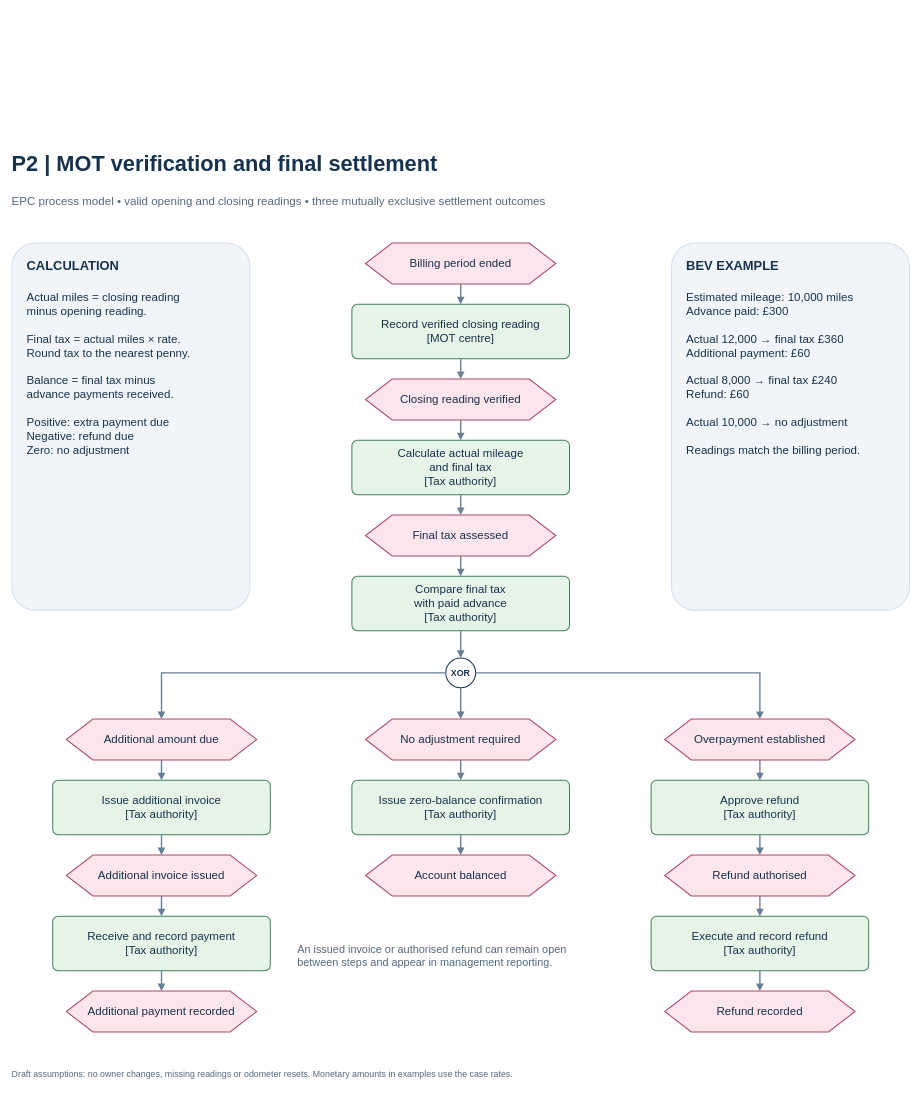
Before: diagrams/business_processes/02_mot_verification_and_settlement.drawio in Mclement197/ikt-hsg-2026, a draw.io diagram. Source tidied: cells renumbered, new cells numbered last; positions are measured from the earlier drawing's top-left corner, leaving out a move shared by most shapes. Both pictures are drawn from the tidied source at 68%, with x=0, y=0 at pixel (12, 148).
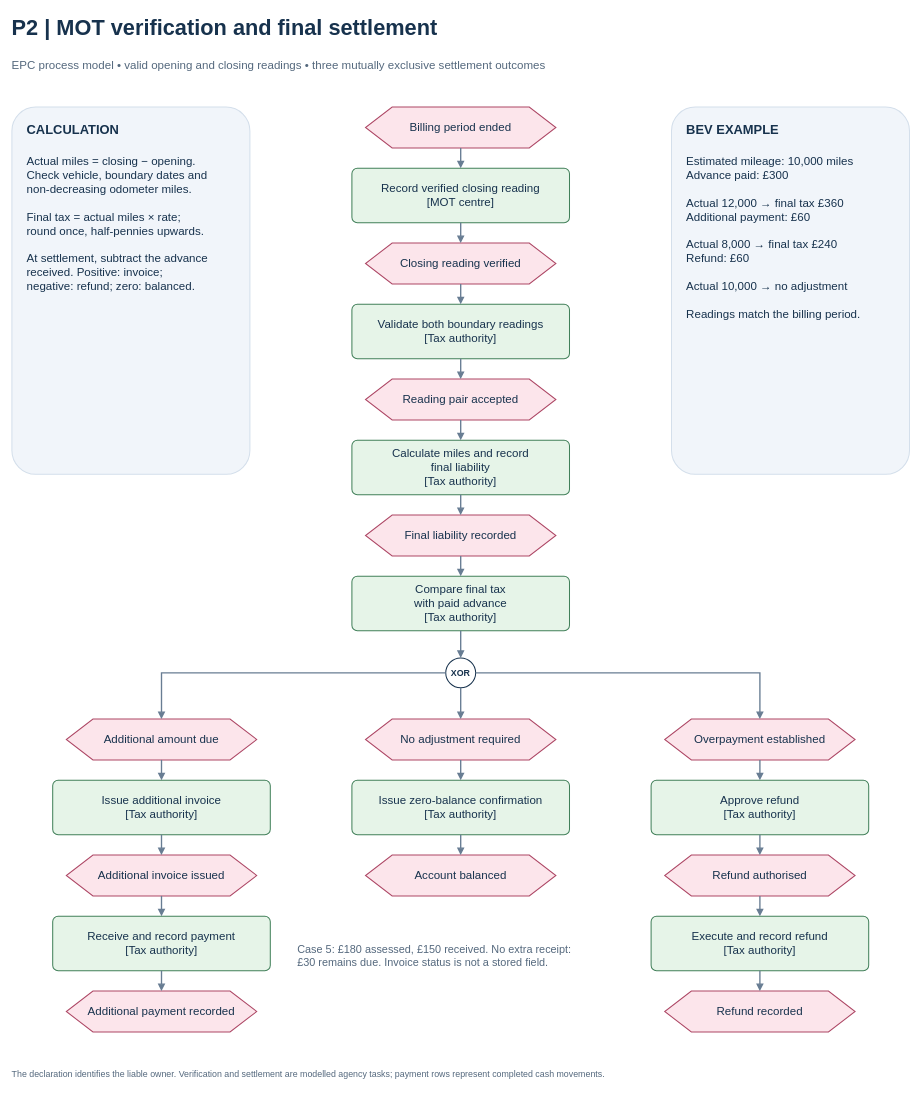
Above is the later version.

Change to the diagram source:
```diff
@@
     <mxCell id="2" value="P2 | MOT verification and final settlement" style="whiteSpace=wrap;html=0;fontFamily=Arial;fontSize=32;fontColor=#17324D;fillColor=none;strokeColor=none;strokeWidth=1.5;align=left;verticalAlign=middle;spacing=12;fontStyle=1;text;spacing=0;" parent="1" vertex="1">
-      <mxGeometry width="1320" height="60" as="geometry" />
+      <mxGeometry y="-200" width="1320" height="60" as="geometry" />
     </mxCell>
     <mxCell id="3" value="EPC process model • valid opening and closing readings • three mutually exclusive settlement outcomes" style="whiteSpace=wrap;html=0;fontFamily=Arial;fontSize=17;fontColor=#54687D;fillColor=none;strokeColor=none;strokeWidth=1.5;align=left;verticalAlign=middle;spacing=12;text;spacing=0;" parent="1" vertex="1">
-      <mxGeometry y="65" width="1320" height="45" as="geometry" />
+      <mxGeometry y="-135" width="1320" height="45" as="geometry" />
     </mxCell>
     <mxCell id="4" style="whiteSpace=wrap;html=0;fontFamily=Arial;fontSize=18;fontColor=#17324D;fillColor=#F1F5FA;strokeColor=#D4DFEB;strokeWidth=1.5;align=center;verticalAlign=middle;spacing=12;rounded=1;arcSize=10;" parent="1" vertex="1">
-      <mxGeometry y="140" width="350" height="540" as="geometry" />
+      <mxGeometry y="-60" width="350" height="540" as="geometry" />
     </mxCell>
     <mxCell id="5" value="CALCULATION" style="whiteSpace=wrap;html=0;fontFamily=Arial;fontSize=19;fontColor=#17324D;fillColor=none;strokeColor=none;strokeWidth=1.5;align=left;verticalAlign=middle;spacing=12;fontStyle=1;text;spacing=0;" parent="1" vertex="1">
-      <mxGeometry x="22" y="158" width="306" height="36" as="geometry" />
+      <mxGeometry x="22" y="-42" width="306" height="36" as="geometry" />
     </mxCell>
-    <mxCell id="6" value="Actual miles = closing reading&#10;minus opening reading.&#10;&#10;Final tax = actual miles × rate.&#10;Round tax to the nearest penny.&#10;&#10;Balance = final tax minus&#10;advance payments received.&#10;&#10;Positive: extra payment due&#10;Negative: refund due&#10;Zero: no adjustment" style="whiteSpace=wrap;html=0;fontFamily=Arial;fontSize=17;fontColor=#17324D;fillColor=none;strokeColor=none;strokeWidth=1.5;align=left;verticalAlign=middle;spacing=12;text;spacing=0;" parent="1" vertex="1">
-      <mxGeometry x="22" y="206" width="306" height="460" as="geometry" />
+    <mxCell id="6" value="Actual miles = closing − opening.&#10;Check vehicle, boundary dates and&#10;non-decreasing odometer miles.&#10;&#10;Final tax = actual miles × rate;&#10;round once, half-pennies upwards.&#10;&#10;At settlement, subtract the advance&#10;received. Positive: invoice;&#10;negative: refund; zero: balanced." style="whiteSpace=wrap;html=0;fontFamily=Arial;fontSize=17;fontColor=#17324D;fillColor=none;strokeColor=none;strokeWidth=1.5;align=left;verticalAlign=middle;spacing=12;text;spacing=0;" parent="1" vertex="1">
+      <mxGeometry x="22" y="6" width="306" height="460" as="geometry" />
     </mxCell>
     <mxCell id="7" style="whiteSpace=wrap;html=0;fontFamily=Arial;fontSize=18;fontColor=#17324D;fillColor=#F1F5FA;strokeColor=#D4DFEB;strokeWidth=1.5;align=center;verticalAlign=middle;spacing=12;rounded=1;arcSize=10;" parent="1" vertex="1">
-      <mxGeometry x="970" y="140" width="350" height="540" as="geometry" />
+      <mxGeometry x="970" y="-60" width="350" height="540" as="geometry" />
     </mxCell>
     <mxCell id="8" value="BEV EXAMPLE" style="whiteSpace=wrap;html=0;fontFamily=Arial;fontSize=19;fontColor=#17324D;fillColor=none;strokeColor=none;strokeWidth=1.5;align=left;verticalAlign=middle;spacing=12;fontStyle=1;text;spacing=0;" parent="1" vertex="1">
-      <mxGeometry x="992" y="158" width="306" height="36" as="geometry" />
+      <mxGeometry x="992" y="-42" width="306" height="36" as="geometry" />
     </mxCell>
     <mxCell id="9" value="Estimated mileage: 10,000 miles&#10;Advance paid: £300&#10;&#10;Actual 12,000 → final tax £360&#10;Additional payment: £60&#10;&#10;Actual 8,000 → final tax £240&#10;Refund: £60&#10;&#10;Actual 10,000 → no adjustment&#10;&#10;Readings match the billing period." style="whiteSpace=wrap;html=0;fontFamily=Arial;fontSize=17;fontColor=#17324D;fillColor=none;strokeColor=none;strokeWidth=1.5;align=left;verticalAlign=middle;spacing=12;text;spacing=0;" parent="1" vertex="1">
-      <mxGeometry x="992" y="206" width="306" height="460" as="geometry" />
+      <mxGeometry x="992" y="6" width="306" height="460" as="geometry" />
     </mxCell>
     <mxCell id="10" value="Billing period ended" style="whiteSpace=wrap;html=0;fontFamily=Arial;fontSize=17;fontColor=#17324D;fillColor=#FCE5EB;strokeColor=#AD4765;strokeWidth=1.5;align=center;verticalAlign=middle;spacing=12;shape=hexagon;perimeter=hexagonPerimeter;size=0.14;" parent="1" vertex="1">
-      <mxGeometry x="520" y="140" width="280" height="60" as="geometry" />
+      <mxGeometry x="520" y="-60" width="280" height="60" as="geometry" />
     </mxCell>
     <mxCell id="11" value="Record verified closing reading&#10;[MOT centre]" style="whiteSpace=wrap;html=0;fontFamily=Arial;fontSize=17;fontColor=#17324D;fillColor=#E6F4E8;strokeColor=#42805A;strokeWidth=1.5;align=center;verticalAlign=middle;spacing=12;rounded=1;arcSize=10;" parent="1" vertex="1">
-      <mxGeometry x="500" y="230" width="320" height="80" as="geometry" />
+      <mxGeometry x="500" y="30" width="320" height="80" as="geometry" />
     </mxCell>
     <mxCell id="12" value="Closing reading verified" style="whiteSpace=wrap;html=0;fontFamily=Arial;fontSize=17;fontColor=#17324D;fillColor=#FCE5EB;strokeColor=#AD4765;strokeWidth=1.5;align=center;verticalAlign=middle;spacing=12;shape=hexagon;perimeter=hexagonPerimeter;size=0.14;" parent="1" vertex="1">
-      <mxGeometry x="520" y="340" width="280" height="60" as="geometry" />
+      <mxGeometry x="520" y="140" width="280" height="60" as="geometry" />
     </mxCell>
+    <mxCell id="51" value="Validate both boundary readings&#10;[Tax authority]" style="whiteSpace=wrap;html=0;fontFamily=Arial;fontSize=17;fontColor=#17324D;fillColor=#E6F4E8;strokeColor=#42805A;strokeWidth=1.5;align=center;verticalAlign=middle;spacing=12;rounded=1;arcSize=10;" parent="1" vertex="1">
+      <mxGeometry x="500" y="230" width="320" height="80" as="geometry" />
+    </mxCell>
+    <mxCell id="52" value="Reading pair accepted" style="whiteSpace=wrap;html=0;fontFamily=Arial;fontSize=17;fontColor=#17324D;fillColor=#FCE5EB;strokeColor=#AD4765;strokeWidth=1.5;align=center;verticalAlign=middle;spacing=12;shape=hexagon;perimeter=hexagonPerimeter;size=0.14;" parent="1" vertex="1">
+      <mxGeometry x="520" y="340" width="280" height="60" as="geometry" />
+    </mxCell>
-    <mxCell id="13" value="Calculate actual mileage&#10;and final tax&#10;[Tax authority]" style="whiteSpace=wrap;html=0;fontFamily=Arial;fontSize=17;fontColor=#17324D;fillColor=#E6F4E8;strokeColor=#42805A;strokeWidth=1.5;align=center;verticalAlign=middle;spacing=12;rounded=1;arcSize=10;" parent="1" vertex="1">
+    <mxCell id="13" value="Calculate miles and record&#10;final liability&#10;[Tax authority]" style="whiteSpace=wrap;html=0;fontFamily=Arial;fontSize=17;fontColor=#17324D;fillColor=#E6F4E8;strokeColor=#42805A;strokeWidth=1.5;align=center;verticalAlign=middle;spacing=12;rounded=1;arcSize=10;" parent="1" vertex="1">
       <mxGeometry x="500" y="430" width="320" height="80" as="geometry" />
     </mxCell>
-    <mxCell id="14" value="Final tax assessed" style="whiteSpace=wrap;html=0;fontFamily=Arial;fontSize=17;fontColor=#17324D;fillColor=#FCE5EB;strokeColor=#AD4765;strokeWidth=1.5;align=center;verticalAlign=middle;spacing=12;shape=hexagon;perimeter=hexagonPerimeter;size=0.14;" parent="1" vertex="1">
+    <mxCell id="14" value="Final liability recorded" style="whiteSpace=wrap;html=0;fontFamily=Arial;fontSize=17;fontColor=#17324D;fillColor=#FCE5EB;strokeColor=#AD4765;strokeWidth=1.5;align=center;verticalAlign=middle;spacing=12;shape=hexagon;perimeter=hexagonPerimeter;size=0.14;" parent="1" vertex="1">
       <mxGeometry x="520" y="540" width="280" height="60" as="geometry" />
     </mxCell>
@@
-    <mxCell id="30" value="An issued invoice or authorised refund can remain open&#10;between steps and appear in management reporting." style="whiteSpace=wrap;html=0;fontFamily=Arial;fontSize=16;fontColor=#54687D;fillColor=none;strokeColor=none;strokeWidth=1.5;align=left;verticalAlign=middle;spacing=12;text;spacing=0;" parent="1" vertex="1">
+    <mxCell id="30" value="Case 5: £180 assessed, £150 received. No extra receipt:&#10;£30 remains due. Invoice status is not a stored field." style="whiteSpace=wrap;html=0;fontFamily=Arial;fontSize=16;fontColor=#54687D;fillColor=none;strokeColor=none;strokeWidth=1.5;align=left;verticalAlign=middle;spacing=12;text;spacing=0;" parent="1" vertex="1">
       <mxGeometry x="420" y="1165" width="480" height="95" as="geometry" />
     </mxCell>
-    <mxCell id="31" value="Draft assumptions: no owner changes, missing readings or odometer resets. Monetary amounts in examples use the case rates." style="whiteSpace=wrap;html=0;fontFamily=Arial;fontSize=13;fontColor=#54687D;fillColor=none;strokeColor=none;strokeWidth=1.5;align=left;verticalAlign=middle;spacing=12;text;spacing=0;" parent="1" vertex="1">
+    <mxCell id="31" value="The declaration identifies the liable owner. Verification and settlement are modelled agency tasks; payment rows represent completed cash movements." style="whiteSpace=wrap;html=0;fontFamily=Arial;fontSize=13;fontColor=#54687D;fillColor=none;strokeColor=none;strokeWidth=1.5;align=left;verticalAlign=middle;spacing=12;text;spacing=0;" parent="1" vertex="1">
       <mxGeometry y="1350" width="1320" height="35" as="geometry" />
     </mxCell>
@@
-    <mxCell id="34" style="edgeStyle=orthogonalEdgeStyle;rounded=0;jettySize=auto;html=0;endArrow=block;endFill=1;strokeColor=#687D93;strokeWidth=2;exitX=0.5;exitY=1;exitDx=0;exitDy=0;entryX=0.5;entryY=0;entryDx=0;entryDy=0;" parent="1" edge="1" source="12" target="13">
+    <mxCell id="34" style="edgeStyle=orthogonalEdgeStyle;rounded=0;jettySize=auto;html=0;endArrow=block;endFill=1;strokeColor=#687D93;strokeWidth=2;exitX=0.5;exitY=1;exitDx=0;exitDy=0;entryX=0.5;entryY=0;entryDx=0;entryDy=0;" parent="1" edge="1" source="12" target="51">
       <mxGeometry relative="1" as="geometry" />
     </mxCell>
+    <mxCell id="53" style="edgeStyle=orthogonalEdgeStyle;rounded=0;jettySize=auto;html=0;endArrow=block;endFill=1;strokeColor=#687D93;strokeWidth=2;exitX=0.5;exitY=1;exitDx=0;exitDy=0;entryX=0.5;entryY=0;entryDx=0;entryDy=0;" parent="1" edge="1" source="51" target="52">
+      <mxGeometry relative="1" as="geometry" />
+    </mxCell>
+    <mxCell id="54" style="edgeStyle=orthogonalEdgeStyle;rounded=0;jettySize=auto;html=0;endArrow=block;endFill=1;strokeColor=#687D93;strokeWidth=2;exitX=0.5;exitY=1;exitDx=0;exitDy=0;entryX=0.5;entryY=0;entryDx=0;entryDy=0;" parent="1" edge="1" source="52" target="13">
+      <mxGeometry relative="1" as="geometry" />
+    </mxCell>
```
